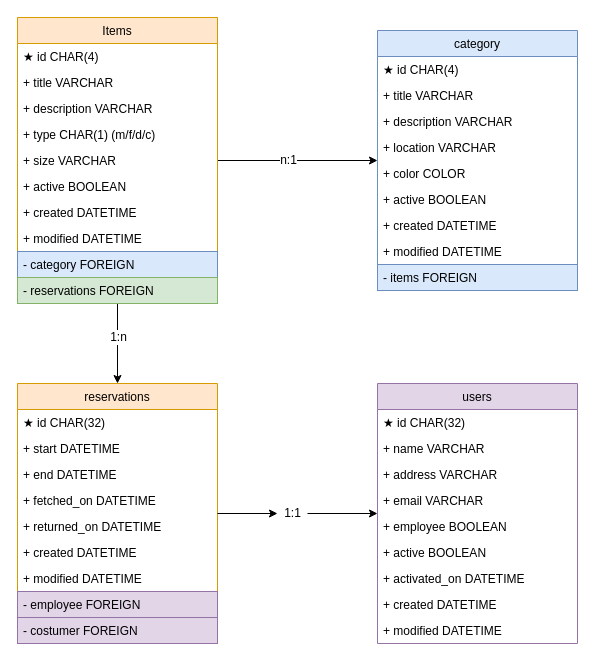
Lustiges-aus-dem-Computer/Gaidaros keeps this draw.io diagram as draw.io/dbstructure.drawio. Above is the earlier version. Source tidied: cells renumbered, new cells numbered last; positions are measured from the earlier drawing's top-left corner, leaving out a move shared by most shapes. Both pictures are drawn from the tidied source at 100%, with x=0, y=0 at pixel (17, 17).
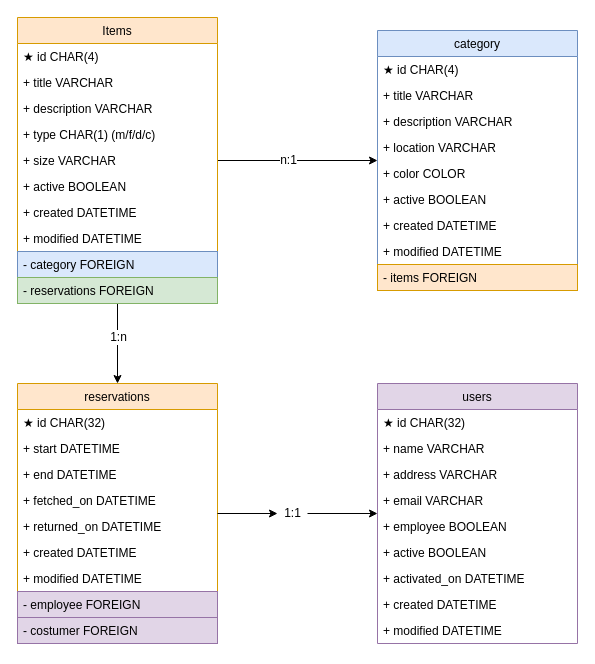
Above is the later version.

Unchanged cells that the change refers to:
```xml
<mxCell id="38" value="category" style="swimlane;fontStyle=0;horizontal=1;startSize=26;fillColor=#dae8fc;strokeColor=#6c8ebf;" parent="1" vertex="1">
  <mxGeometry x="360" y="13" width="200" height="260" as="geometry" />
</mxCell>
```

The edit, as a diff of the source:
```diff
@@
-    <mxCell id="47" value="- items FOREIGN" style="text;align=left;verticalAlign=top;spacingLeft=4;spacingRight=4;overflow=hidden;fillColor=#dae8fc;strokeColor=#6c8ebf;" parent="38" vertex="1">
+    <mxCell id="47" value="- items FOREIGN" style="text;align=left;verticalAlign=top;spacingLeft=4;spacingRight=4;overflow=hidden;fillColor=#ffe6cc;strokeColor=#d79b00;" parent="38" vertex="1">
       <mxGeometry y="234" width="200" height="26" as="geometry" />
     </mxCell>
```
